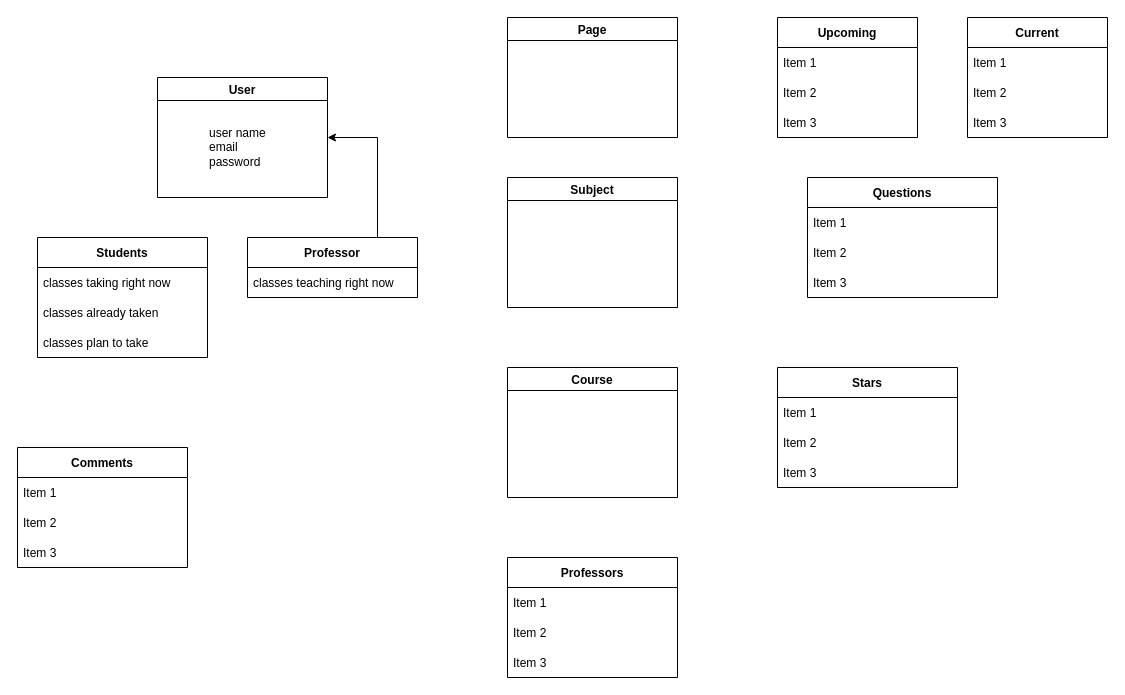
The draw.io diagram Domain Model.drawio in I-Dont-Want-An-F/Project, before the edit. Source tidied: cells renumbered, new cells numbered last; positions are measured from the earlier drawing's top-left corner, leaving out a move shared by most shapes. Both pictures are drawn from the tidied source at 100%, with x=0, y=0 at pixel (17, 17).
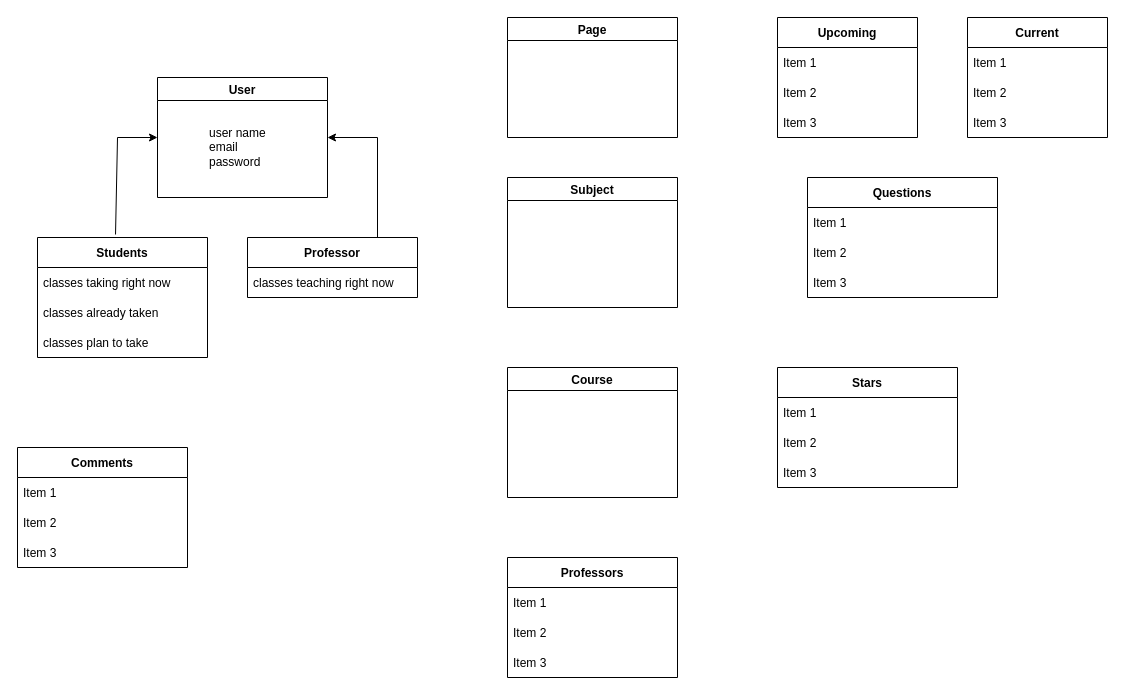
After the change.

Unchanged cells that the change refers to:
```xml
<mxCell id="2" value="User" style="swimlane;" parent="1" vertex="1">
  <mxGeometry x="140" y="60" width="170" height="120" as="geometry" />
</mxCell>
<mxCell id="6" value="Students" style="swimlane;fontStyle=1;horizontal=1;startSize=30;" parent="1" vertex="1">
  <mxGeometry x="20" y="220" width="170" height="120" as="geometry" />
</mxCell>
```

Change to the diagram source:
```diff
@@
+    <mxCell id="38" style="endArrow=classic;html=1;rounded=0;entryX=0;entryY=0.5;entryDx=0;entryDy=0;exitX=0.459;exitY=-0.025;exitDx=0;exitDy=0;exitPerimeter=0;" parent="1" edge="1" source="6" target="2">
+      <mxGeometry relative="1" as="geometry">
+        <Array as="points">
+          <mxPoint x="100" y="120" />
+        </Array>
+      </mxGeometry>
+    </mxCell>
```
